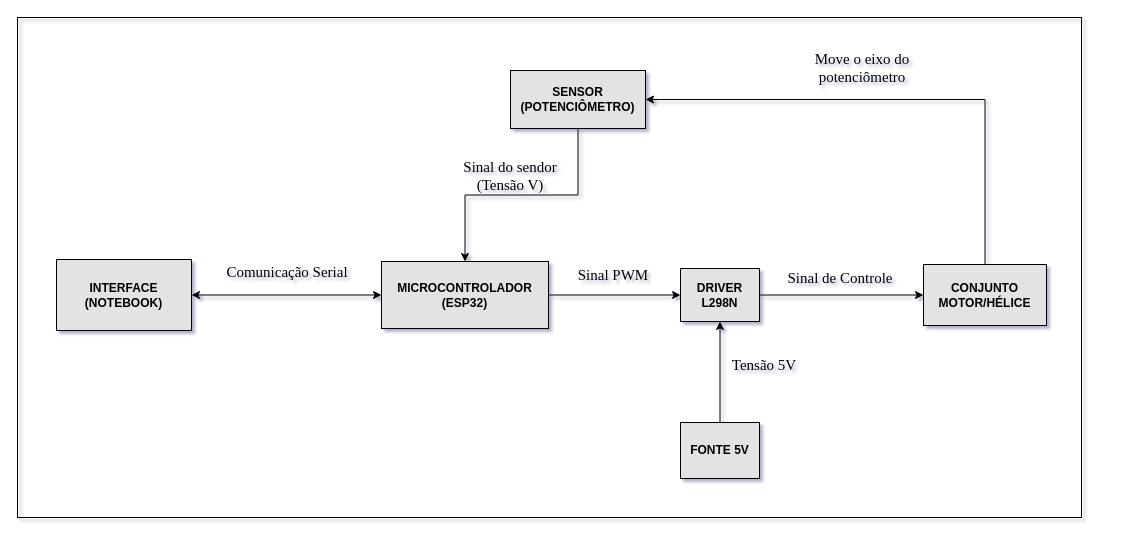
Earlier version of the draw.io diagram Prototipagem_do_Braco_de_Helicoptero/draws/diagrama_aeropenduo.drawio (Oseiasdfarias/Projeto_Tcc_Oseias_Oficial). Source tidied: cells renumbered, new cells numbered last; positions are measured from the earlier drawing's top-left corner, leaving out a move shared by most shapes. Both pictures are drawn from the tidied source at 100%, with x=0, y=0 at pixel (17, 17).
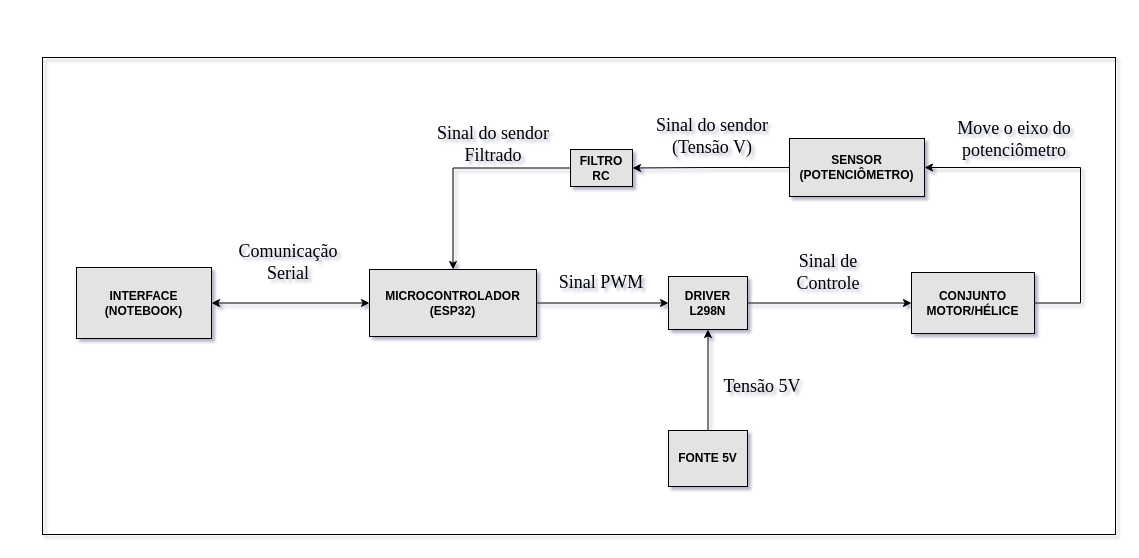
The same diagram, later.

Diff of the diagram source:
```diff
@@
     <mxCell id="3" value="MICROCONTROLADOR (ESP32)" style="rounded=0;whiteSpace=wrap;html=1;fontStyle=1;shadow=0;fillColor=#E3E3E3;" parent="1" vertex="1">
-      <mxGeometry x="364" y="244" width="167" height="67" as="geometry" />
+      <mxGeometry x="352" y="252" width="167" height="67" as="geometry" />
     </mxCell>
-    <mxCell id="4" style="edgeStyle=orthogonalEdgeStyle;rounded=0;jettySize=auto;html=1;entryX=0.5;entryY=0;entryDx=0;entryDy=0;" parent="1" edge="1" source="5" target="3">
-      <mxGeometry relative="1" as="geometry" />
-    </mxCell>
+    <mxCell id="21" style="edgeStyle=orthogonalEdgeStyle;rounded=0;jettySize=auto;html=1;entryX=1;entryY=0.5;entryDx=0;entryDy=0;" parent="1" edge="1" source="5" target="23">
+      <mxGeometry relative="1" as="geometry" />
+    </mxCell>
     <mxCell id="5" value="SENSOR (POTENCIÔMETRO)" style="rounded=0;whiteSpace=wrap;html=1;fontStyle=1;shadow=0;fillColor=#E3E3E3;" parent="1" vertex="1">
-      <mxGeometry x="493" y="53" width="135" height="58" as="geometry" />
+      <mxGeometry x="772" y="121" width="135" height="58" as="geometry" />
     </mxCell>
@@
     <mxCell id="7" value="INTERFACE (NOTEBOOK)" style="rounded=0;whiteSpace=wrap;html=1;fontStyle=1;shadow=0;fillColor=#E3E3E3;" parent="1" vertex="1">
-      <mxGeometry x="39" y="242" width="135" height="71" as="geometry" />
+      <mxGeometry x="59" y="250" width="135" height="71" as="geometry" />
     </mxCell>
@@
     <mxCell id="9" value="DRIVER L298N" style="rounded=0;whiteSpace=wrap;html=1;fontStyle=1;shadow=0;fillColor=#E3E3E3;" parent="1" vertex="1">
-      <mxGeometry x="663" y="251" width="79" height="53" as="geometry" />
+      <mxGeometry x="651" y="259" width="79" height="53" as="geometry" />
     </mxCell>
@@
     <mxCell id="11" value="FONTE 5V" style="rounded=0;whiteSpace=wrap;html=1;fontStyle=1;shadow=0;fillColor=#E3E3E3;" parent="1" vertex="1">
-      <mxGeometry x="663" y="405" width="79" height="56" as="geometry" />
+      <mxGeometry x="651" y="413" width="79" height="56" as="geometry" />
     </mxCell>
     <mxCell id="12" style="edgeStyle=orthogonalEdgeStyle;rounded=0;jettySize=auto;html=1;entryX=1;entryY=0.5;entryDx=0;entryDy=0;" parent="1" edge="1" source="13" target="5">
       <mxGeometry relative="1" as="geometry">
         <Array as="points">
-          <mxPoint x="968" y="82" />
+          <mxPoint x="1063" y="285" />
+          <mxPoint x="1063" y="150" />
         </Array>
       </mxGeometry>
     </mxCell>
     <mxCell id="13" value="CONJUNTO MOTOR/HÉLICE" style="rounded=0;whiteSpace=wrap;html=1;fontStyle=1;shadow=0;fillColor=#E3E3E3;" parent="1" vertex="1">
-      <mxGeometry x="906" y="247" width="123" height="61" as="geometry" />
+      <mxGeometry x="894" y="255" width="123" height="61" as="geometry" />
     </mxCell>
-    <mxCell id="14" value="Comunicação Serial" style="text;strokeColor=none;fillColor=none;align=center;verticalAlign=middle;rounded=0;fontFamily=Times New Roman;fontStyle=0;fontSize=15;shadow=0;fontColor=default;whiteSpace=wrap;html=1;" parent="1" vertex="1">
-      <mxGeometry x="202" y="239" width="136" height="30" as="geometry" />
+    <mxCell id="14" value="Comunicação Serial" style="text;strokeColor=none;fillColor=none;align=center;verticalAlign=middle;rounded=0;fontFamily=Times New Roman;fontStyle=0;fontSize=18;shadow=0;fontColor=default;whiteSpace=wrap;html=1;" parent="1" vertex="1">
+      <mxGeometry x="214" y="228" width="114" height="33" as="geometry" />
     </mxCell>
-    <mxCell id="15" value="Sinal do sendor (Tensão V)" style="text;strokeColor=none;fillColor=none;align=center;verticalAlign=middle;rounded=0;fontFamily=Times New Roman;fontStyle=0;fontSize=15;shadow=0;fontColor=default;whiteSpace=wrap;html=1;" parent="1" vertex="1">
-      <mxGeometry x="425" y="143" width="136" height="30" as="geometry" />
+    <mxCell id="15" value="Sinal do sendor (Tensão V)" style="text;strokeColor=none;fillColor=none;align=center;verticalAlign=middle;rounded=0;fontFamily=Times New Roman;fontStyle=0;fontSize=18;shadow=0;fontColor=default;whiteSpace=wrap;html=1;" parent="1" vertex="1">
+      <mxGeometry x="627" y="104" width="136" height="30" as="geometry" />
     </mxCell>
-    <mxCell id="16" value="Sinal PWM" style="text;strokeColor=none;fillColor=none;align=center;verticalAlign=middle;rounded=0;fontFamily=Times New Roman;fontStyle=0;fontSize=15;shadow=0;fontColor=default;whiteSpace=wrap;html=1;" parent="1" vertex="1">
-      <mxGeometry x="541" y="241" width="110" height="31" as="geometry" />
+    <mxCell id="16" value="Sinal PWM" style="text;strokeColor=none;fillColor=none;align=center;verticalAlign=middle;rounded=0;fontFamily=Times New Roman;fontStyle=0;fontSize=18;shadow=0;fontColor=default;whiteSpace=wrap;html=1;" parent="1" vertex="1">
+      <mxGeometry x="529" y="249" width="110" height="31" as="geometry" />
     </mxCell>
-    <mxCell id="17" value="Tensão 5V" style="text;strokeColor=none;fillColor=none;align=center;verticalAlign=middle;rounded=0;fontFamily=Times New Roman;fontStyle=0;fontSize=15;shadow=0;fontColor=default;whiteSpace=wrap;html=1;" parent="1" vertex="1">
-      <mxGeometry x="692" y="331" width="110" height="31" as="geometry" />
+    <mxCell id="17" value="Tensão 5V" style="text;strokeColor=none;fillColor=none;align=center;verticalAlign=middle;rounded=0;fontFamily=Times New Roman;fontStyle=0;fontSize=18;shadow=0;fontColor=default;whiteSpace=wrap;html=1;" parent="1" vertex="1">
+      <mxGeometry x="690" y="353" width="110" height="31" as="geometry" />
     </mxCell>
-    <mxCell id="18" value="Sinal de Controle" style="text;strokeColor=none;fillColor=none;align=center;verticalAlign=middle;rounded=0;fontFamily=Times New Roman;fontStyle=0;fontSize=15;shadow=0;fontColor=default;whiteSpace=wrap;html=1;" parent="1" vertex="1">
-      <mxGeometry x="768" y="244" width="110" height="31" as="geometry" />
+    <mxCell id="18" value="Sinal de Controle" style="text;strokeColor=none;fillColor=none;align=center;verticalAlign=middle;rounded=0;fontFamily=Times New Roman;fontStyle=0;fontSize=18;shadow=0;fontColor=default;whiteSpace=wrap;html=1;" parent="1" vertex="1">
+      <mxGeometry x="756" y="239" width="110" height="31" as="geometry" />
     </mxCell>
-    <mxCell id="19" value="Move o eixo do potenciômetro" style="text;strokeColor=none;fillColor=none;align=center;verticalAlign=middle;rounded=0;fontFamily=Times New Roman;fontStyle=0;fontSize=15;shadow=0;fontColor=default;whiteSpace=wrap;html=1;" parent="1" vertex="1">
-      <mxGeometry x="775" y="34" width="140" height="31" as="geometry" />
+    <mxCell id="19" value="Move o eixo do potenciômetro" style="text;strokeColor=none;fillColor=none;align=center;verticalAlign=middle;rounded=0;fontFamily=Times New Roman;fontStyle=0;fontSize=18;shadow=0;fontColor=default;whiteSpace=wrap;html=1;" parent="1" vertex="1">
+      <mxGeometry x="927" y="106" width="140" height="31" as="geometry" />
     </mxCell>
     <mxCell id="20" style="rounded=0;whiteSpace=wrap;html=1;fillColor=none;" parent="1" vertex="1">
-      <mxGeometry width="1064" height="500" as="geometry" />
+      <mxGeometry x="25" y="40" width="1073" height="477" as="geometry" />
     </mxCell>
+    <mxCell id="22" style="edgeStyle=orthogonalEdgeStyle;rounded=0;jettySize=auto;html=1;" parent="1" edge="1" source="23" target="3">
+      <mxGeometry relative="1" as="geometry" />
+    </mxCell>
+    <mxCell id="23" value="FILTRO RC" style="rounded=0;whiteSpace=wrap;html=1;fontStyle=1;shadow=0;fillColor=#E3E3E3;" parent="1" vertex="1">
+      <mxGeometry x="553" y="132" width="62" height="37" as="geometry" />
+    </mxCell>
+    <mxCell id="24" value="Sinal do sendor Filtrado" style="text;strokeColor=none;fillColor=none;align=center;verticalAlign=middle;rounded=0;fontFamily=Times New Roman;fontStyle=0;fontSize=18;shadow=0;fontColor=default;whiteSpace=wrap;html=1;" parent="1" vertex="1">
+      <mxGeometry x="408" y="112" width="136" height="30" as="geometry" />
+    </mxCell>
```
